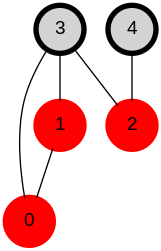
Before: img/covered_graph.png, a diagram exported from Graphviz (ivolvanov/vertex-cover). Its source is kept beside it as dotfiles/covered_graph.dot.
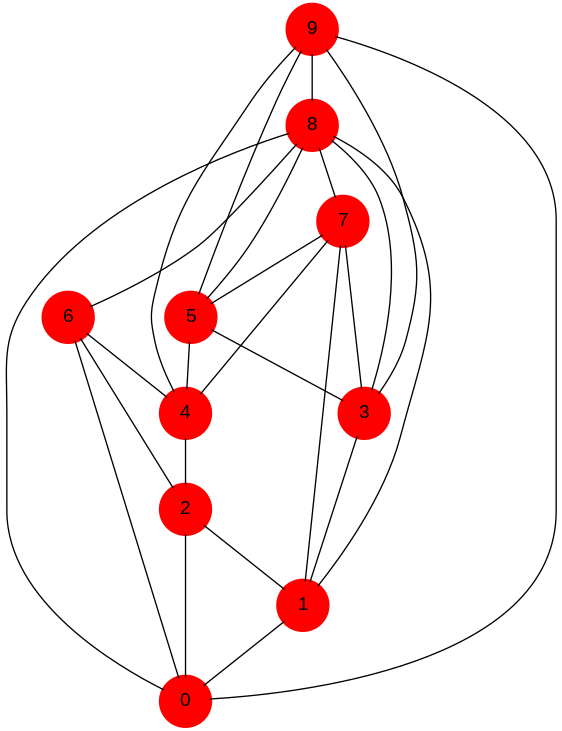
Above is the later version.

Diff of the diagram source:
```diff
@@ -3,12 +3,37 @@
 node0 [ label = "0" color=red  ]
 node1 [ label = "1" color=red  ]
 node2 [ label = "2" color=red  ]
-node3 [ label = "3" ]
-node4 [ label = "4" ]
+node3 [ label = "3" color=red  ]
+node4 [ label = "4" color=red  ]
+node5 [ label = "5" color=red  ]
+node6 [ label = "6" color=red  ]
+node7 [ label = "7" color=red  ]
+node8 [ label = "8" color=red  ]
+node9 [ label = "9" color=red  ]
 
 node1 -- node0
-node3 -- node0
+node2 -- node0
+node2 -- node1
 node3 -- node1
-node3 -- node2
 node4 -- node2
+node5 -- node3
+node5 -- node4
+node6 -- node0
+node6 -- node2
+node6 -- node4
+node7 -- node1
+node7 -- node3
+node7 -- node4
+node7 -- node5
+node8 -- node0
+node8 -- node1
+node8 -- node3
+node8 -- node5
+node8 -- node6
+node8 -- node7
+node9 -- node0
+node9 -- node3
+node9 -- node4
+node9 -- node5
+node9 -- node8
 }
```
